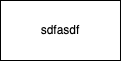
The draw.io diagram PasteBin.drawio.png in mukeshsingal/draw.io, before a commit. Source tidied: cells renumbered, new cells last; positions are measured from the earlier drawing's top-left corner, leaving out a move shared by most shapes. Source of this version:
```xml
<mxGraphModel>
  <root>
    <mxCell id="0" />
    <mxCell id="1" parent="0" />
    <mxCell id="2" value="sdfasdf" style="rounded=0;whiteSpace=wrap;html=1;gradientColor=none;" parent="1" vertex="1">
      <mxGeometry width="120" height="60" as="geometry" />
    </mxCell>
  </root>
</mxGraphModel>
```
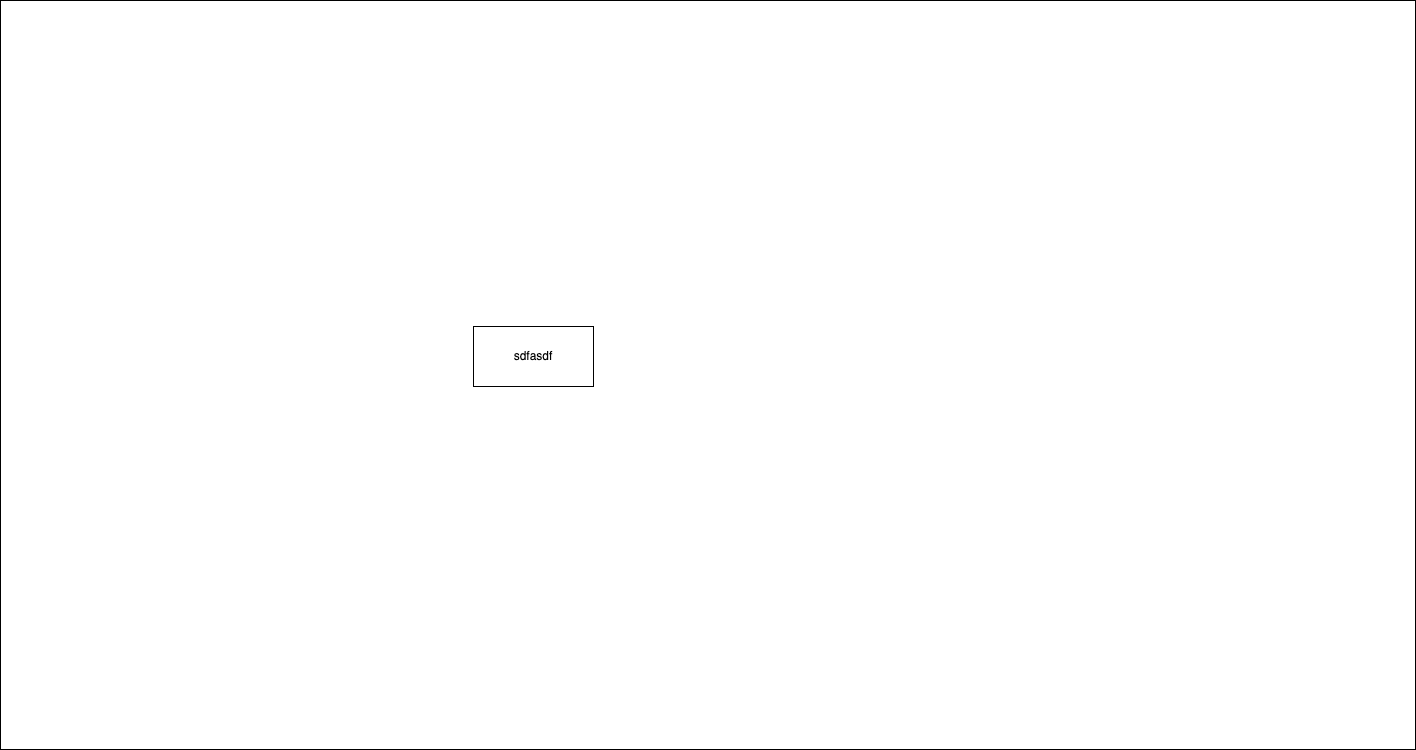
Later version of the same file.

Change to the diagram source:
```diff
@@ -2,6 +2,9 @@
   <root>
     <mxCell id="0" />
     <mxCell id="1" parent="0" />
+    <mxCell id="3" style="rounded=0;whiteSpace=wrap;html=1;gradientColor=none;" parent="1" vertex="1">
+      <mxGeometry x="-473" y="-326" width="1415" height="749" as="geometry" />
+    </mxCell>
     <mxCell id="2" value="sdfasdf" style="rounded=0;whiteSpace=wrap;html=1;gradientColor=none;" parent="1" vertex="1">
       <mxGeometry width="120" height="60" as="geometry" />
     </mxCell>
```
